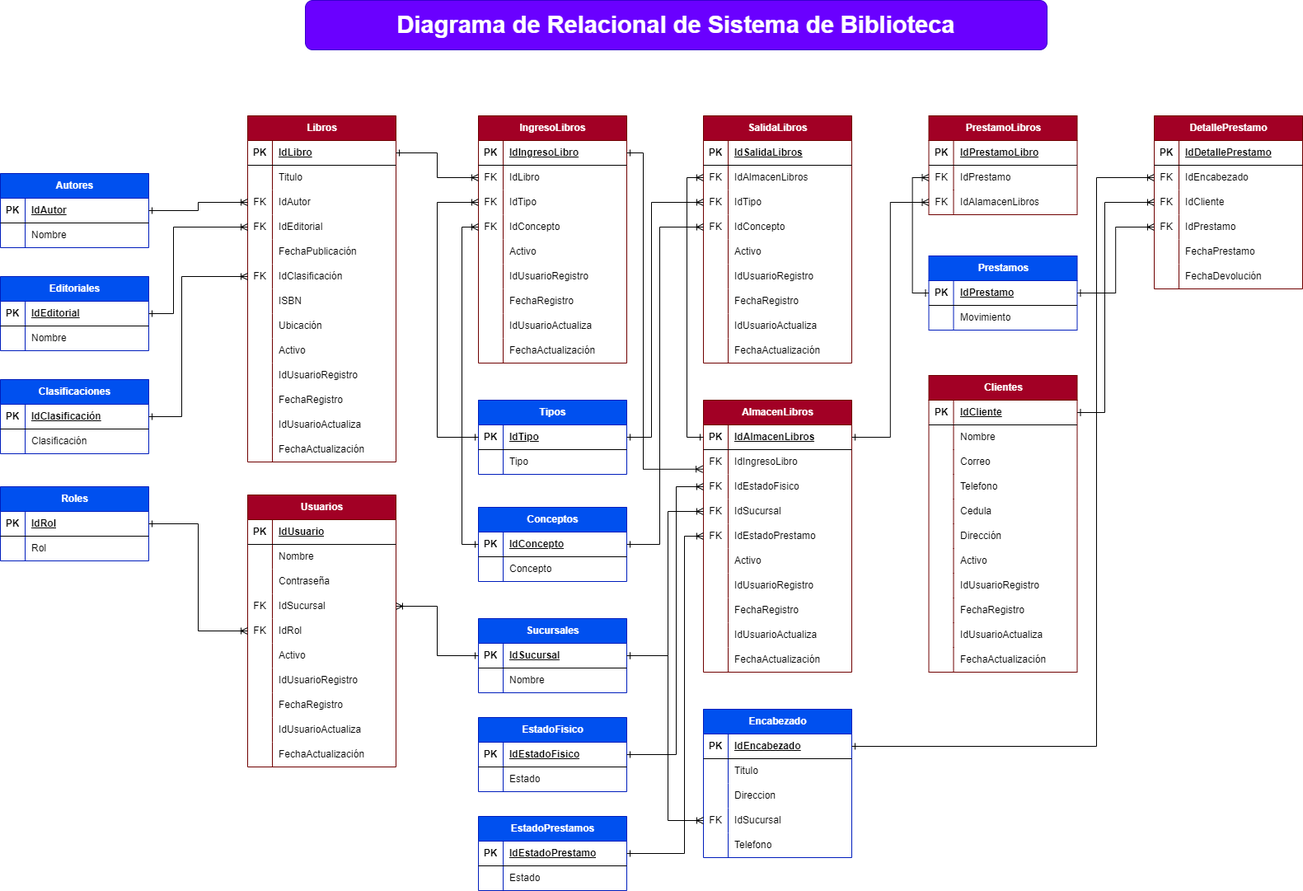
Above: DataBase/DiagramaRelacionalBD_Light.png in Winterbox400/SistemaBiblioteca_Documentacion (draw.io), before the change. Source tidied: cells renumbered, new cells last; positions are measured from the earlier drawing's top-left corner, leaving out a move shared by most shapes.
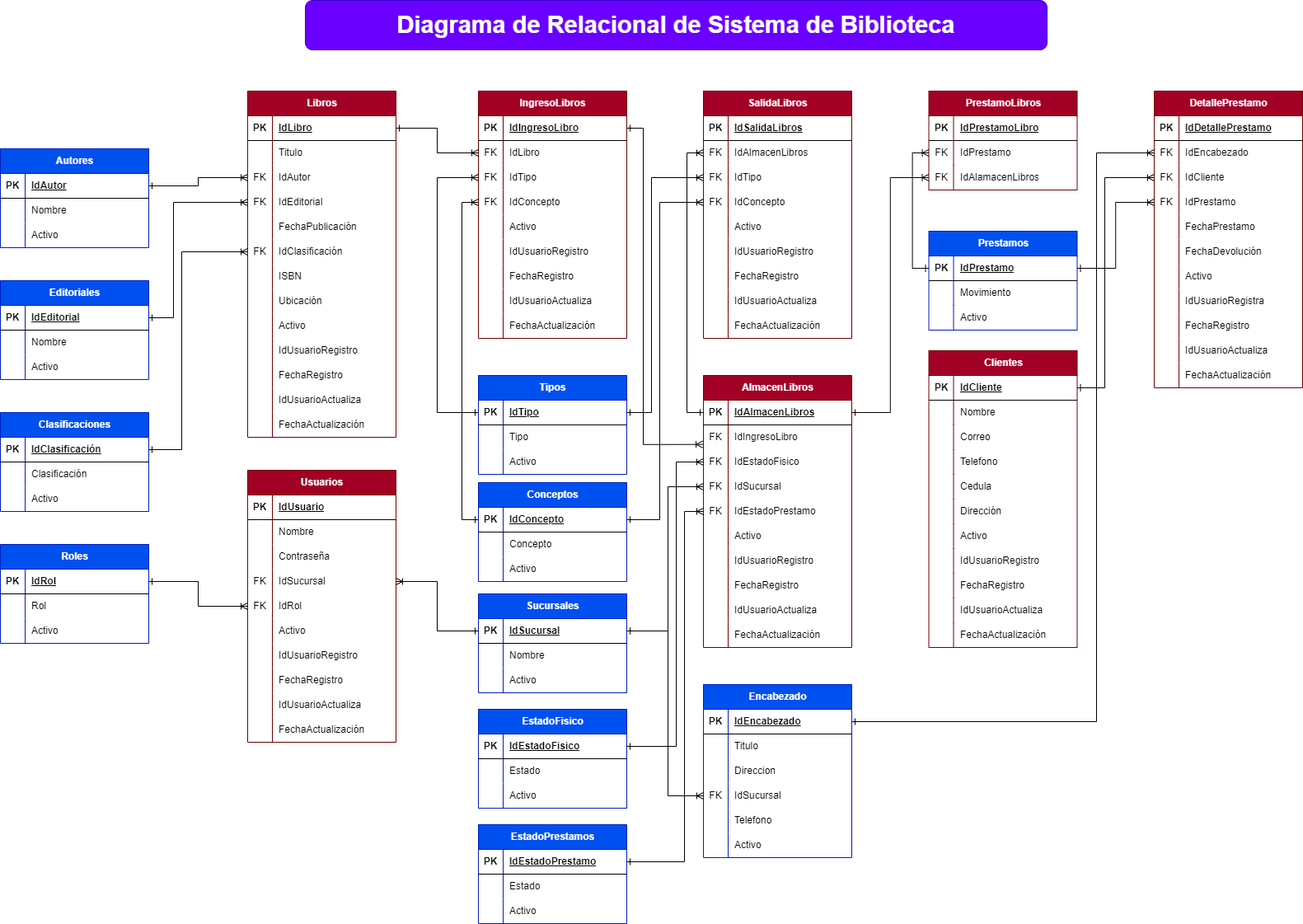
The same diagram one commit later.

Change to the diagram source:
```diff
@@ -218,3 +218,3 @@
     <mxCell id="73" value="Sucursales" style="shape=table;startSize=30;rowLines=0;fontStyle=1;align=center;html=1;fillColor=#0050ef;fontColor=#ffffff;strokeColor=#001DBC;" parent="1" vertex="1">
-      <mxGeometry x="580" y="750" width="180" height="90" as="geometry" />
+      <mxGeometry x="580" y="750" width="180" height="120" as="geometry" />
     </mxCell>
@@ -238,2 +238,11 @@
     </mxCell>
+    <mxCell id="331" style="shape=tableRow;horizontal=0;startSize=0;swimlaneHead=0;swimlaneBody=0;fillColor=none;top=0;left=0;right=0;bottom=0;" parent="73" vertex="1">
+      <mxGeometry y="90" width="180" height="30" as="geometry" />
+    </mxCell>
+    <mxCell id="332" style="shape=partialRectangle;fillColor=none;top=0;left=0;bottom=0;right=0;overflow=hidden;whiteSpace=wrap;html=1;" parent="331" vertex="1">
+      <mxGeometry width="30" height="30" as="geometry" />
+    </mxCell>
+    <mxCell id="333" value="Activo" style="shape=partialRectangle;fillColor=none;top=0;left=0;bottom=0;right=0;align=left;spacingLeft=6;overflow=hidden;whiteSpace=wrap;html=1;" parent="331" vertex="1">
+      <mxGeometry x="30" width="150" height="30" as="geometry" />
+    </mxCell>
     <mxCell id="80" value="Clientes" style="shape=table;startSize=30;rowLines=0;fontStyle=1;align=center;html=1;fillColor=#a20025;fontColor=#ffffff;strokeColor=#6F0000;" parent="1" vertex="1">
@@ -341,3 +350,3 @@
     <mxCell id="114" value="Roles" style="shape=table;startSize=30;rowLines=0;fontStyle=1;align=center;html=1;fillColor=#0050ef;fontColor=#ffffff;strokeColor=#001DBC;" parent="1" vertex="1">
-      <mxGeometry y="590" width="180" height="90" as="geometry" />
+      <mxGeometry y="690" width="180" height="120" as="geometry" />
     </mxCell>
@@ -361,4 +370,13 @@
     </mxCell>
+    <mxCell id="334" style="shape=tableRow;horizontal=0;startSize=0;swimlaneHead=0;swimlaneBody=0;fillColor=none;top=0;left=0;right=0;bottom=0;" parent="114" vertex="1">
+      <mxGeometry y="90" width="180" height="30" as="geometry" />
+    </mxCell>
+    <mxCell id="335" style="shape=partialRectangle;fillColor=none;top=0;left=0;bottom=0;right=0;overflow=hidden;whiteSpace=wrap;html=1;" parent="334" vertex="1">
+      <mxGeometry width="30" height="30" as="geometry" />
+    </mxCell>
+    <mxCell id="336" value="Activo" style="shape=partialRectangle;fillColor=none;top=0;left=0;bottom=0;right=0;align=left;spacingLeft=6;overflow=hidden;whiteSpace=wrap;html=1;" parent="334" vertex="1">
+      <mxGeometry x="30" width="150" height="30" as="geometry" />
+    </mxCell>
     <mxCell id="121" value="Clasificaciones" style="shape=table;startSize=30;rowLines=0;fontStyle=1;align=center;html=1;fillColor=#0050ef;fontColor=#ffffff;strokeColor=#001DBC;" parent="1" vertex="1">
-      <mxGeometry y="460" width="180" height="90" as="geometry" />
+      <mxGeometry y="530" width="180" height="120" as="geometry" />
     </mxCell>
@@ -382,4 +400,13 @@
     </mxCell>
+    <mxCell id="337" style="shape=tableRow;horizontal=0;startSize=0;swimlaneHead=0;swimlaneBody=0;fillColor=none;top=0;left=0;right=0;bottom=0;" parent="121" vertex="1">
+      <mxGeometry y="90" width="180" height="30" as="geometry" />
+    </mxCell>
+    <mxCell id="338" style="shape=partialRectangle;fillColor=none;top=0;left=0;bottom=0;right=0;overflow=hidden;whiteSpace=wrap;html=1;" parent="337" vertex="1">
+      <mxGeometry width="30" height="30" as="geometry" />
+    </mxCell>
+    <mxCell id="339" value="Activo" style="shape=partialRectangle;fillColor=none;top=0;left=0;bottom=0;right=0;align=left;spacingLeft=6;overflow=hidden;whiteSpace=wrap;html=1;" parent="337" vertex="1">
+      <mxGeometry x="30" width="150" height="30" as="geometry" />
+    </mxCell>
     <mxCell id="128" value="Autores" style="shape=table;startSize=30;rowLines=0;fontStyle=1;align=center;html=1;fillColor=#0050ef;fontColor=#ffffff;strokeColor=#001DBC;" parent="1" vertex="1">
-      <mxGeometry y="210" width="180" height="90" as="geometry" />
+      <mxGeometry y="210" width="180" height="120" as="geometry" />
     </mxCell>
@@ -403,4 +430,13 @@
     </mxCell>
+    <mxCell id="340" style="shape=tableRow;horizontal=0;startSize=0;swimlaneHead=0;swimlaneBody=0;fillColor=none;top=0;left=0;right=0;bottom=0;" parent="128" vertex="1">
+      <mxGeometry y="90" width="180" height="30" as="geometry" />
+    </mxCell>
+    <mxCell id="341" style="shape=partialRectangle;fillColor=none;top=0;left=0;bottom=0;right=0;overflow=hidden;whiteSpace=wrap;html=1;" parent="340" vertex="1">
+      <mxGeometry width="30" height="30" as="geometry" />
+    </mxCell>
+    <mxCell id="342" value="Activo" style="shape=partialRectangle;fillColor=none;top=0;left=0;bottom=0;right=0;align=left;spacingLeft=6;overflow=hidden;whiteSpace=wrap;html=1;" parent="340" vertex="1">
+      <mxGeometry x="30" width="150" height="30" as="geometry" />
+    </mxCell>
     <mxCell id="135" value="Encabezado" style="shape=table;startSize=30;rowLines=0;fontStyle=1;align=center;html=1;fillColor=#0050ef;fontColor=#ffffff;strokeColor=#001DBC;" parent="1" vertex="1">
-      <mxGeometry x="853" y="860" width="180" height="180" as="geometry" />
+      <mxGeometry x="853" y="860" width="180" height="210" as="geometry" />
     </mxCell>
@@ -451,4 +487,13 @@
     </mxCell>
+    <mxCell id="343" style="shape=tableRow;horizontal=0;startSize=0;swimlaneHead=0;swimlaneBody=0;fillColor=none;top=0;left=0;right=0;bottom=0;" parent="135" vertex="1">
+      <mxGeometry y="180" width="180" height="30" as="geometry" />
+    </mxCell>
+    <mxCell id="344" style="shape=partialRectangle;fillColor=none;top=0;left=0;bottom=0;right=0;overflow=hidden;whiteSpace=wrap;html=1;" parent="343" vertex="1">
+      <mxGeometry width="30" height="30" as="geometry" />
+    </mxCell>
+    <mxCell id="345" value="Activo" style="shape=partialRectangle;fillColor=none;top=0;left=0;bottom=0;right=0;align=left;spacingLeft=6;overflow=hidden;whiteSpace=wrap;html=1;" parent="343" vertex="1">
+      <mxGeometry x="30" width="150" height="30" as="geometry" />
+    </mxCell>
     <mxCell id="151" value="Prestamos" style="shape=table;startSize=30;rowLines=0;fontStyle=1;align=center;html=1;fillColor=#0050ef;fontColor=#ffffff;strokeColor=#001DBC;" parent="1" vertex="1">
-      <mxGeometry x="1126.5" y="310" width="180" height="90" as="geometry" />
+      <mxGeometry x="1126.5" y="310" width="180" height="120" as="geometry" />
     </mxCell>
@@ -472,4 +517,13 @@
     </mxCell>
+    <mxCell id="346" style="shape=tableRow;horizontal=0;startSize=0;swimlaneHead=0;swimlaneBody=0;fillColor=none;top=0;left=0;right=0;bottom=0;" parent="151" vertex="1">
+      <mxGeometry y="90" width="180" height="30" as="geometry" />
+    </mxCell>
+    <mxCell id="347" style="shape=partialRectangle;fillColor=none;top=0;left=0;bottom=0;right=0;overflow=hidden;whiteSpace=wrap;html=1;" parent="346" vertex="1">
+      <mxGeometry width="30" height="30" as="geometry" />
+    </mxCell>
+    <mxCell id="348" value="Activo" style="shape=partialRectangle;fillColor=none;top=0;left=0;bottom=0;right=0;align=left;spacingLeft=6;overflow=hidden;whiteSpace=wrap;html=1;" parent="346" vertex="1">
+      <mxGeometry x="30" width="150" height="30" as="geometry" />
+    </mxCell>
     <mxCell id="158" value="DetallePrestamo" style="shape=table;startSize=30;rowLines=0;fontStyle=1;align=center;html=1;fillColor=#a20025;fontColor=#ffffff;strokeColor=#6F0000;" parent="1" vertex="1">
-      <mxGeometry x="1400" y="140" width="180" height="210" as="geometry" />
+      <mxGeometry x="1400" y="140" width="180" height="360" as="geometry" />
     </mxCell>
@@ -529,2 +583,47 @@
     </mxCell>
+    <mxCell id="349" style="shape=tableRow;horizontal=0;startSize=0;swimlaneHead=0;swimlaneBody=0;fillColor=none;top=0;left=0;right=0;bottom=0;" parent="158" vertex="1">
+      <mxGeometry y="210" width="180" height="30" as="geometry" />
+    </mxCell>
+    <mxCell id="350" style="shape=partialRectangle;fillColor=none;top=0;left=0;bottom=0;right=0;overflow=hidden;whiteSpace=wrap;html=1;" parent="349" vertex="1">
+      <mxGeometry width="30" height="30" as="geometry" />
+    </mxCell>
+    <mxCell id="351" value="Activo" style="shape=partialRectangle;fillColor=none;top=0;left=0;bottom=0;right=0;align=left;spacingLeft=6;overflow=hidden;whiteSpace=wrap;html=1;" parent="349" vertex="1">
+      <mxGeometry x="30" width="150" height="30" as="geometry" />
+    </mxCell>
+    <mxCell id="352" style="shape=tableRow;horizontal=0;startSize=0;swimlaneHead=0;swimlaneBody=0;fillColor=none;top=0;left=0;right=0;bottom=0;" parent="158" vertex="1">
+      <mxGeometry y="240" width="180" height="30" as="geometry" />
+    </mxCell>
+    <mxCell id="353" style="shape=partialRectangle;fillColor=none;top=0;left=0;bottom=0;right=0;overflow=hidden;whiteSpace=wrap;html=1;" parent="352" vertex="1">
+      <mxGeometry width="30" height="30" as="geometry" />
+    </mxCell>
+    <mxCell id="354" value="IdUsuarioRegistra" style="shape=partialRectangle;fillColor=none;top=0;left=0;bottom=0;right=0;align=left;spacingLeft=6;overflow=hidden;whiteSpace=wrap;html=1;" parent="352" vertex="1">
+      <mxGeometry x="30" width="150" height="30" as="geometry" />
+    </mxCell>
+    <mxCell id="355" style="shape=tableRow;horizontal=0;startSize=0;swimlaneHead=0;swimlaneBody=0;fillColor=none;top=0;left=0;right=0;bottom=0;" parent="158" vertex="1">
+      <mxGeometry y="270" width="180" height="30" as="geometry" />
+    </mxCell>
+    <mxCell id="356" style="shape=partialRectangle;fillColor=none;top=0;left=0;bottom=0;right=0;overflow=hidden;whiteSpace=wrap;html=1;" parent="355" vertex="1">
+      <mxGeometry width="30" height="30" as="geometry" />
+    </mxCell>
+    <mxCell id="357" value="FechaRegistro" style="shape=partialRectangle;fillColor=none;top=0;left=0;bottom=0;right=0;align=left;spacingLeft=6;overflow=hidden;whiteSpace=wrap;html=1;" parent="355" vertex="1">
+      <mxGeometry x="30" width="150" height="30" as="geometry" />
+    </mxCell>
+    <mxCell id="358" style="shape=tableRow;horizontal=0;startSize=0;swimlaneHead=0;swimlaneBody=0;fillColor=none;top=0;left=0;right=0;bottom=0;" parent="158" vertex="1">
+      <mxGeometry y="300" width="180" height="30" as="geometry" />
+    </mxCell>
+    <mxCell id="359" style="shape=partialRectangle;fillColor=none;top=0;left=0;bottom=0;right=0;overflow=hidden;whiteSpace=wrap;html=1;" parent="358" vertex="1">
+      <mxGeometry width="30" height="30" as="geometry" />
+    </mxCell>
+    <mxCell id="360" value="IdUsuarioActualiza" style="shape=partialRectangle;fillColor=none;top=0;left=0;bottom=0;right=0;align=left;spacingLeft=6;overflow=hidden;whiteSpace=wrap;html=1;" parent="358" vertex="1">
+      <mxGeometry x="30" width="150" height="30" as="geometry" />
+    </mxCell>
+    <mxCell id="361" style="shape=tableRow;horizontal=0;startSize=0;swimlaneHead=0;swimlaneBody=0;fillColor=none;top=0;left=0;right=0;bottom=0;" parent="158" vertex="1">
+      <mxGeometry y="330" width="180" height="30" as="geometry" />
+    </mxCell>
+    <mxCell id="362" style="shape=partialRectangle;fillColor=none;top=0;left=0;bottom=0;right=0;overflow=hidden;whiteSpace=wrap;html=1;" parent="361" vertex="1">
+      <mxGeometry width="30" height="30" as="geometry" />
+    </mxCell>
+    <mxCell id="363" value="FechaActualización" style="shape=partialRectangle;fillColor=none;top=0;left=0;bottom=0;right=0;align=left;spacingLeft=6;overflow=hidden;whiteSpace=wrap;html=1;" parent="361" vertex="1">
+      <mxGeometry x="30" width="150" height="30" as="geometry" />
+    </mxCell>
     <mxCell id="177" value="PrestamoLibros" style="shape=table;startSize=30;rowLines=0;fontStyle=1;align=center;html=1;fillColor=#a20025;fontColor=#ffffff;strokeColor=#6F0000;" parent="1" vertex="1">
@@ -560,3 +659,3 @@
     <mxCell id="187" value="Editoriales" style="shape=table;startSize=30;rowLines=0;fontStyle=1;align=center;html=1;fillColor=#0050ef;fontColor=#ffffff;strokeColor=#001DBC;" parent="1" vertex="1">
-      <mxGeometry y="335" width="180" height="90" as="geometry" />
+      <mxGeometry y="370" width="180" height="120" as="geometry" />
     </mxCell>
@@ -580,2 +679,11 @@
     </mxCell>
+    <mxCell id="364" style="shape=tableRow;horizontal=0;startSize=0;swimlaneHead=0;swimlaneBody=0;fillColor=none;top=0;left=0;right=0;bottom=0;" parent="187" vertex="1">
+      <mxGeometry y="90" width="180" height="30" as="geometry" />
+    </mxCell>
+    <mxCell id="365" style="shape=partialRectangle;fillColor=none;top=0;left=0;bottom=0;right=0;overflow=hidden;whiteSpace=wrap;html=1;" parent="364" vertex="1">
+      <mxGeometry width="30" height="30" as="geometry" />
+    </mxCell>
+    <mxCell id="366" value="Activo" style="shape=partialRectangle;fillColor=none;top=0;left=0;bottom=0;right=0;align=left;spacingLeft=6;overflow=hidden;whiteSpace=wrap;html=1;" parent="364" vertex="1">
+      <mxGeometry x="30" width="150" height="30" as="geometry" />
+    </mxCell>
     <mxCell id="194" style="edgeStyle=orthogonalEdgeStyle;rounded=0;jettySize=auto;html=1;exitX=1;exitY=0.5;exitDx=0;exitDy=0;entryX=0;entryY=0.5;entryDx=0;entryDy=0;startArrow=ERone;startFill=0;endArrow=ERoneToMany;endFill=0;" parent="1" edge="1" source="129" target="9">
@@ -586,3 +694,3 @@
         <Array as="points">
-          <mxPoint x="210" y="380" />
+          <mxPoint x="210" y="415" />
           <mxPoint x="210" y="275" />
@@ -594,3 +702,3 @@
         <Array as="points">
-          <mxPoint x="220" y="505" />
+          <mxPoint x="220" y="575" />
           <mxPoint x="220" y="335" />
@@ -600,3 +708,3 @@
     <mxCell id="197" value="EstadoPrestamos" style="shape=table;startSize=30;rowLines=0;fontStyle=1;align=center;html=1;fillColor=#0050ef;fontColor=#ffffff;strokeColor=#001DBC;" parent="1" vertex="1">
-      <mxGeometry x="580" y="990" width="180" height="90" as="geometry" />
+      <mxGeometry x="580" y="1030" width="180" height="120" as="geometry" />
     </mxCell>
@@ -620,2 +728,11 @@
     </mxCell>
+    <mxCell id="367" style="shape=tableRow;horizontal=0;startSize=0;swimlaneHead=0;swimlaneBody=0;fillColor=none;top=0;left=0;right=0;bottom=0;" parent="197" vertex="1">
+      <mxGeometry y="90" width="180" height="30" as="geometry" />
+    </mxCell>
+    <mxCell id="368" style="shape=partialRectangle;fillColor=none;top=0;left=0;bottom=0;right=0;overflow=hidden;whiteSpace=wrap;html=1;" parent="367" vertex="1">
+      <mxGeometry width="30" height="30" as="geometry" />
+    </mxCell>
+    <mxCell id="369" value="Activo" style="shape=partialRectangle;fillColor=none;top=0;left=0;bottom=0;right=0;align=left;spacingLeft=6;overflow=hidden;whiteSpace=wrap;html=1;" parent="367" vertex="1">
+      <mxGeometry x="30" width="150" height="30" as="geometry" />
+    </mxCell>
     <mxCell id="204" value="AlmacenLibros" style="shape=table;startSize=30;rowLines=0;fontStyle=1;align=center;html=1;fillColor=#a20025;fontColor=#ffffff;strokeColor=#6F0000;" parent="1" vertex="1">
@@ -714,3 +831,3 @@
     <mxCell id="235" value="EstadoFisico" style="shape=table;startSize=30;rowLines=0;fontStyle=1;align=center;html=1;fillColor=#0050ef;fontColor=#ffffff;strokeColor=#001DBC;" parent="1" vertex="1">
-      <mxGeometry x="580" y="870" width="180" height="90" as="geometry" />
+      <mxGeometry x="580" y="890" width="180" height="120" as="geometry" />
     </mxCell>
@@ -734,2 +851,11 @@
     </mxCell>
+    <mxCell id="370" style="shape=tableRow;horizontal=0;startSize=0;swimlaneHead=0;swimlaneBody=0;fillColor=none;top=0;left=0;right=0;bottom=0;" parent="235" vertex="1">
+      <mxGeometry y="90" width="180" height="30" as="geometry" />
+    </mxCell>
+    <mxCell id="371" style="shape=partialRectangle;fillColor=none;top=0;left=0;bottom=0;right=0;overflow=hidden;whiteSpace=wrap;html=1;" parent="370" vertex="1">
+      <mxGeometry width="30" height="30" as="geometry" />
+    </mxCell>
+    <mxCell id="372" value="Activo" style="shape=partialRectangle;fillColor=none;top=0;left=0;bottom=0;right=0;align=left;spacingLeft=6;overflow=hidden;whiteSpace=wrap;html=1;" parent="370" vertex="1">
+      <mxGeometry x="30" width="150" height="30" as="geometry" />
+    </mxCell>
     <mxCell id="242" value="IngresoLibros" style="shape=table;startSize=30;rowLines=0;fontStyle=1;align=center;html=1;fillColor=#a20025;fontColor=#ffffff;strokeColor=#6F0000;" parent="1" vertex="1">
@@ -819,3 +945,3 @@
     <mxCell id="270" value="Tipos" style="shape=table;startSize=30;rowLines=0;fontStyle=1;align=center;html=1;fillColor=#0050ef;fontColor=#ffffff;strokeColor=#001DBC;" parent="1" vertex="1">
-      <mxGeometry x="580" y="485" width="180" height="90" as="geometry" />
+      <mxGeometry x="580" y="485" width="180" height="120" as="geometry" />
     </mxCell>
@@ -839,4 +965,13 @@
     </mxCell>
+    <mxCell id="373" style="shape=tableRow;horizontal=0;startSize=0;swimlaneHead=0;swimlaneBody=0;fillColor=none;top=0;left=0;right=0;bottom=0;" parent="270" vertex="1">
+      <mxGeometry y="90" width="180" height="30" as="geometry" />
+    </mxCell>
+    <mxCell id="374" style="shape=partialRectangle;fillColor=none;top=0;left=0;bottom=0;right=0;overflow=hidden;whiteSpace=wrap;html=1;" parent="373" vertex="1">
+      <mxGeometry width="30" height="30" as="geometry" />
+    </mxCell>
+    <mxCell id="375" value="Activo" style="shape=partialRectangle;fillColor=none;top=0;left=0;bottom=0;right=0;align=left;spacingLeft=6;overflow=hidden;whiteSpace=wrap;html=1;" parent="373" vertex="1">
+      <mxGeometry x="30" width="150" height="30" as="geometry" />
+    </mxCell>
     <mxCell id="277" value="Conceptos" style="shape=table;startSize=30;rowLines=0;fontStyle=1;align=center;html=1;fillColor=#0050ef;fontColor=#ffffff;strokeColor=#001DBC;" parent="1" vertex="1">
-      <mxGeometry x="580" y="615" width="180" height="90" as="geometry" />
+      <mxGeometry x="580" y="615" width="180" height="120" as="geometry" />
     </mxCell>
@@ -860,2 +995,11 @@
     </mxCell>
+    <mxCell id="376" style="shape=tableRow;horizontal=0;startSize=0;swimlaneHead=0;swimlaneBody=0;fillColor=none;top=0;left=0;right=0;bottom=0;" parent="277" vertex="1">
+      <mxGeometry y="90" width="180" height="30" as="geometry" />
+    </mxCell>
+    <mxCell id="377" style="shape=partialRectangle;fillColor=none;top=0;left=0;bottom=0;right=0;overflow=hidden;whiteSpace=wrap;html=1;" parent="376" vertex="1">
+      <mxGeometry width="30" height="30" as="geometry" />
+    </mxCell>
+    <mxCell id="378" value="Activo" style="shape=partialRectangle;fillColor=none;top=0;left=0;bottom=0;right=0;align=left;spacingLeft=6;overflow=hidden;whiteSpace=wrap;html=1;" parent="376" vertex="1">
+      <mxGeometry x="30" width="150" height="30" as="geometry" />
+    </mxCell>
     <mxCell id="284" value="SalidaLibros" style="shape=table;startSize=30;rowLines=0;fontStyle=1;align=center;html=1;fillColor=#a20025;fontColor=#ffffff;strokeColor=#6F0000;" parent="1" vertex="1">
@@ -969,3 +1113,3 @@
         <Array as="points">
-          <mxPoint x="830" y="1035" />
+          <mxPoint x="830" y="1075" />
           <mxPoint x="830" y="650" />
@@ -977,3 +1121,3 @@
         <Array as="points">
-          <mxPoint x="820" y="915" />
+          <mxPoint x="820" y="935" />
           <mxPoint x="820" y="590" />
@@ -999,2 +1143,3 @@
         <Array as="points">
+          <mxPoint x="760" y="530" />
           <mxPoint x="790" y="530" />
@@ -1049,3 +1194,3 @@
     <mxCell id="330" value="&lt;b&gt;&lt;font style=&quot;font-size: 29px;&quot;&gt;Diagrama de Relacional de Sistema de Biblioteca&lt;/font&gt;&lt;/b&gt;" style="rounded=1;whiteSpace=wrap;html=1;fillColor=#6a00ff;fontColor=#ffffff;strokeColor=#3700CC;" parent="1" vertex="1">
-      <mxGeometry x="370" width="900" height="60" as="geometry" />
+      <mxGeometry x="370" y="30" width="900" height="60" as="geometry" />
     </mxCell>
```
